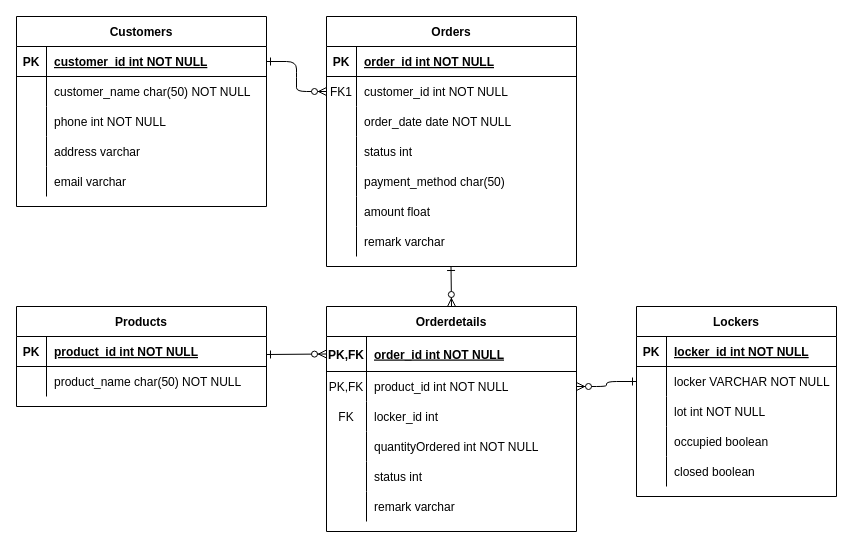
JakeChieng/IoTSmartLocker keeps this draw.io diagram as Database/database ERD.drawio. Above is the earlier version. Source tidied: cells renumbered, new cells numbered last; positions are measured from the earlier drawing's top-left corner, leaving out a move shared by most shapes. Both pictures are drawn from the tidied source at 100%, with x=0, y=0 at pixel (16, 16).
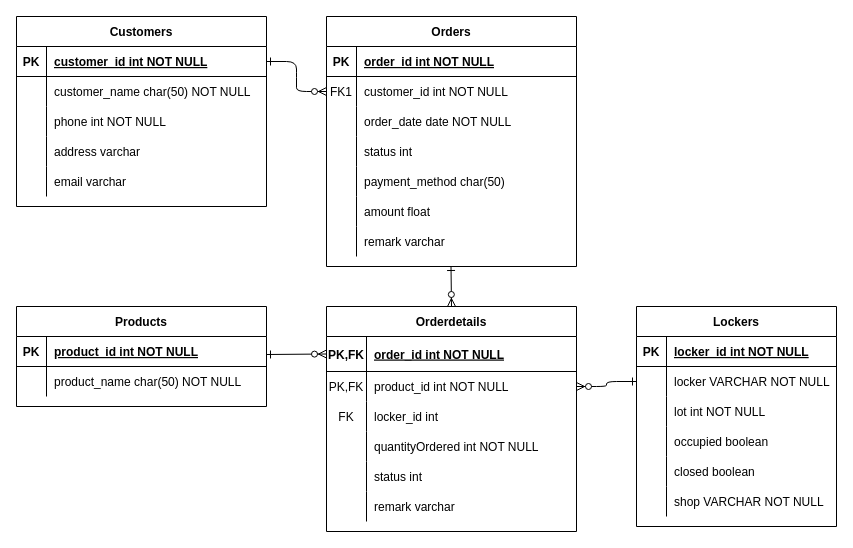
The same diagram, later.

What changed in the source:
```diff
@@
     <mxCell id="26" value="Lockers" style="shape=table;startSize=30;childLayout=tableLayout;rowLines=0;fontStyle=1;align=center;" parent="1" vertex="1">
-      <mxGeometry x="620" y="290" width="200" height="190" as="geometry" />
+      <mxGeometry x="620" y="290" width="200" height="220" as="geometry" />
     </mxCell>
@@
+    <mxCell id="86" style="shape=partialRectangle;fillColor=none;top=0;left=0;right=0;bottom=0;" parent="26" vertex="1">
+      <mxGeometry y="180" width="200" height="30" as="geometry" />
+    </mxCell>
+    <mxCell id="87" style="shape=partialRectangle;overflow=hidden;fillColor=none;top=0;left=0;bottom=0;right=0;" parent="86" vertex="1">
+      <mxGeometry width="30" height="30" as="geometry" />
+    </mxCell>
+    <mxCell id="88" value="shop VARCHAR NOT NULL" style="shape=partialRectangle;overflow=hidden;fillColor=none;top=0;left=0;bottom=0;right=0;align=left;spacingLeft=6;" parent="86" vertex="1">
+      <mxGeometry x="30" width="170" height="30" as="geometry" />
+    </mxCell>
```
